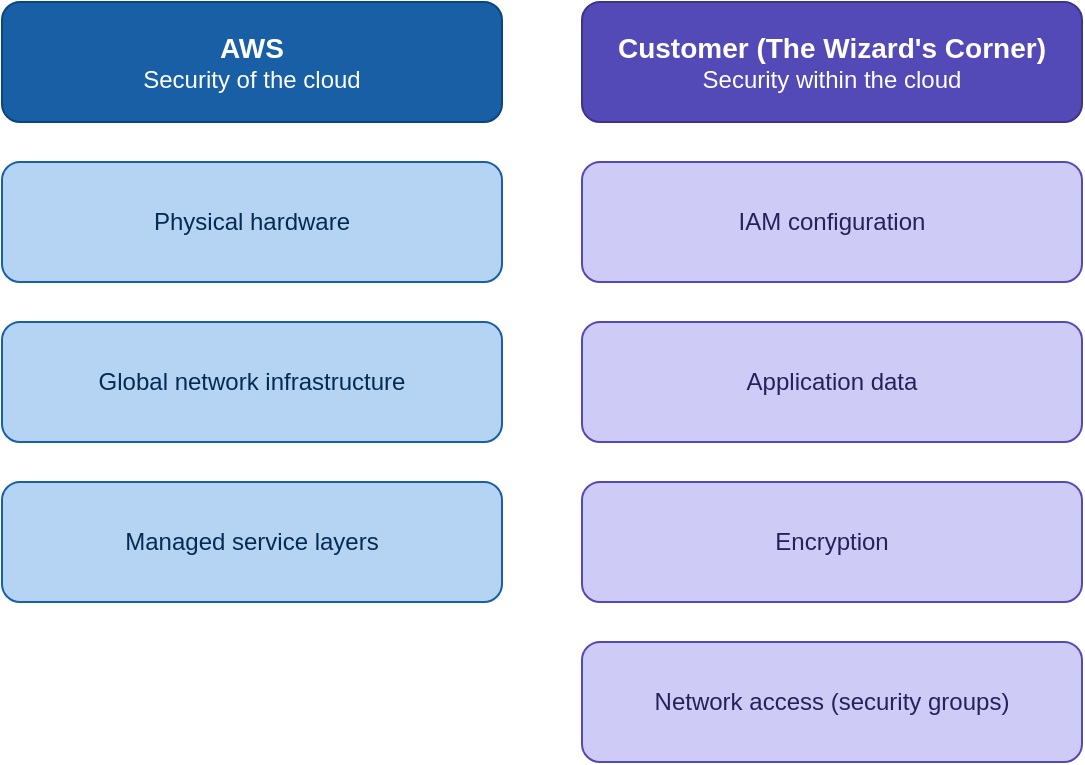
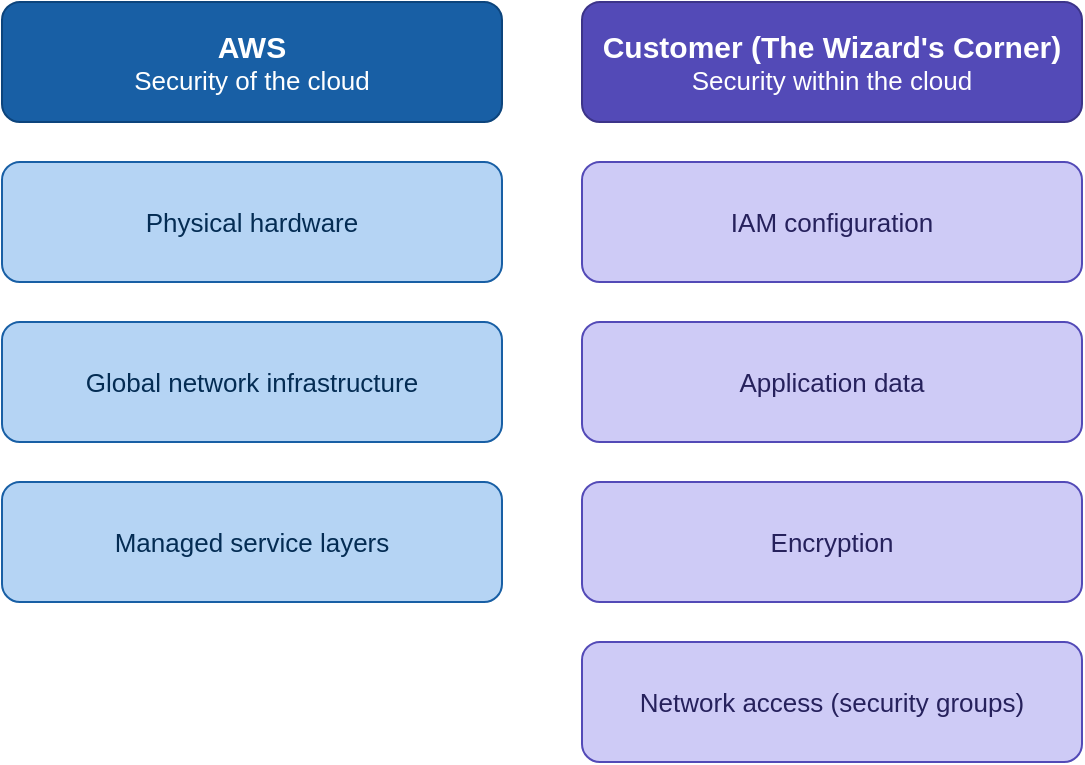
<mxfile host="app.diagrams.net">
  <diagram name="Page-1" id="aWAIPDW9-l7cAztTikrX">
    <mxGraphModel dx="1174" dy="635" grid="1" gridSize="10" guides="1" tooltips="1" connect="1" arrows="1" fold="1" page="1" pageScale="1" pageWidth="850" pageHeight="1100" math="0" shadow="0">
      <root>
        <mxCell id="0" />
        <mxCell id="1" parent="0" />
-         <mxCell id="unACmiRd4EjRlyT-_z9m-1" parent="1" style="rounded=1;whiteSpace=wrap;html=1;fillColor=#185FA5;strokeColor=#0C447C;fontColor=#FFFFFF;" value="&lt;div&gt;&lt;b&gt;&lt;font style=&quot;font-size: 14px;&quot;&gt;AWS&lt;/font&gt;&lt;/b&gt;&lt;/div&gt;&lt;div&gt;Security of the cloud&lt;/div&gt;" vertex="1">
+         <mxCell id="unACmiRd4EjRlyT-_z9m-1" parent="1" style="rounded=1;whiteSpace=wrap;html=1;fillColor=#185FA5;strokeColor=#0C447C;fontColor=#FFFFFF;" value="&lt;div&gt;&lt;font style=&quot;font-size: 15px;&quot;&gt;&lt;b&gt;&lt;font&gt;AWS&lt;/font&gt;&lt;/b&gt;&lt;/font&gt;&lt;/div&gt;&lt;div&gt;&lt;font style=&quot;font-size: 13px;&quot;&gt;Security of the cloud&lt;/font&gt;&lt;/div&gt;" vertex="1">
          <mxGeometry height="60" width="250" x="150" y="300" as="geometry" />
        </mxCell>
-         <mxCell id="unACmiRd4EjRlyT-_z9m-2" parent="1" style="rounded=1;whiteSpace=wrap;html=1;fillColor=#B5D4F4;strokeColor=#185FA5;fontColor=#042C53;" value="Physical hardware" vertex="1">
+         <mxCell id="unACmiRd4EjRlyT-_z9m-2" parent="1" style="rounded=1;whiteSpace=wrap;html=1;fillColor=#B5D4F4;strokeColor=#185FA5;fontColor=#042C53;fontSize=13;" value="Physical hardware" vertex="1">
          <mxGeometry height="60" width="250" x="150" y="380" as="geometry" />
        </mxCell>
-         <mxCell id="unACmiRd4EjRlyT-_z9m-3" parent="1" style="rounded=1;whiteSpace=wrap;html=1;fillColor=#B5D4F4;strokeColor=#185FA5;fontColor=#042C53;" value="Global network infrastructure" vertex="1">
+         <mxCell id="unACmiRd4EjRlyT-_z9m-3" parent="1" style="rounded=1;whiteSpace=wrap;html=1;fillColor=#B5D4F4;strokeColor=#185FA5;fontColor=#042C53;fontSize=13;" value="Global network infrastructure" vertex="1">
          <mxGeometry height="60" width="250" x="150" y="460" as="geometry" />
        </mxCell>
-         <mxCell id="unACmiRd4EjRlyT-_z9m-4" parent="1" style="rounded=1;whiteSpace=wrap;html=1;fillColor=#CECBF6;strokeColor=#534AB7;fontColor=#26215C;" value="IAM configuration" vertex="1">
+         <mxCell id="unACmiRd4EjRlyT-_z9m-4" parent="1" style="rounded=1;whiteSpace=wrap;html=1;fillColor=#CECBF6;strokeColor=#534AB7;fontColor=#26215C;fontSize=13;" value="IAM configuration" vertex="1">
          <mxGeometry height="60" width="250" x="440" y="380" as="geometry" />
        </mxCell>
-         <mxCell id="unACmiRd4EjRlyT-_z9m-5" parent="1" style="rounded=1;whiteSpace=wrap;html=1;fillColor=#534AB7;strokeColor=#3C3489;fontColor=#FFFFFF;" value="&lt;div&gt;&lt;font style=&quot;font-size: 14px;&quot;&gt;&lt;b&gt;Customer (The Wizard&#39;s Corner)&lt;/b&gt;&lt;/font&gt;&lt;/div&gt;&lt;div&gt;Security within the cloud&lt;/div&gt;" vertex="1">
+         <mxCell id="unACmiRd4EjRlyT-_z9m-5" parent="1" style="rounded=1;whiteSpace=wrap;html=1;fillColor=#534AB7;strokeColor=#3C3489;fontColor=#FFFFFF;" value="&lt;div&gt;&lt;font style=&quot;font-size: 15px;&quot;&gt;&lt;b&gt;Customer (The Wizard&#39;s Corner)&lt;/b&gt;&lt;/font&gt;&lt;/div&gt;&lt;div&gt;&lt;font style=&quot;font-size: 13px;&quot;&gt;Security within the cloud&lt;/font&gt;&lt;/div&gt;" vertex="1">
          <mxGeometry height="60" width="250" x="440" y="300" as="geometry" />
        </mxCell>
-         <mxCell id="unACmiRd4EjRlyT-_z9m-6" parent="1" style="rounded=1;whiteSpace=wrap;html=1;fillColor=#CECBF6;strokeColor=#534AB7;fontColor=#26215C;" value="Application data" vertex="1">
+         <mxCell id="unACmiRd4EjRlyT-_z9m-6" parent="1" style="rounded=1;whiteSpace=wrap;html=1;fillColor=#CECBF6;strokeColor=#534AB7;fontColor=#26215C;fontSize=13;" value="Application data" vertex="1">
          <mxGeometry height="60" width="250" x="440" y="460" as="geometry" />
        </mxCell>
-         <mxCell id="unACmiRd4EjRlyT-_z9m-7" parent="1" style="rounded=1;whiteSpace=wrap;html=1;fillColor=#CECBF6;strokeColor=#534AB7;fontColor=#26215C;" value="Encryption" vertex="1">
+         <mxCell id="unACmiRd4EjRlyT-_z9m-7" parent="1" style="rounded=1;whiteSpace=wrap;html=1;fillColor=#CECBF6;strokeColor=#534AB7;fontColor=#26215C;fontSize=13;" value="Encryption" vertex="1">
          <mxGeometry height="60" width="250" x="440" y="540" as="geometry" />
        </mxCell>
-         <mxCell id="unACmiRd4EjRlyT-_z9m-8" parent="1" style="rounded=1;whiteSpace=wrap;html=1;fillColor=#B5D4F4;strokeColor=#185FA5;fontColor=#042C53;" value="Managed service layers" vertex="1">
+         <mxCell id="unACmiRd4EjRlyT-_z9m-8" parent="1" style="rounded=1;whiteSpace=wrap;html=1;fillColor=#B5D4F4;strokeColor=#185FA5;fontColor=#042C53;fontSize=13;" value="Managed service layers" vertex="1">
          <mxGeometry height="60" width="250" x="150" y="540" as="geometry" />
        </mxCell>
-         <mxCell id="unACmiRd4EjRlyT-_z9m-9" parent="1" style="rounded=1;whiteSpace=wrap;html=1;fillColor=#CECBF6;strokeColor=#534AB7;fontColor=#26215C;" value="Network access (security groups)" vertex="1">
+         <mxCell id="unACmiRd4EjRlyT-_z9m-9" parent="1" style="rounded=1;whiteSpace=wrap;html=1;fillColor=#CECBF6;strokeColor=#534AB7;fontColor=#26215C;fontSize=13;" value="Network access (security groups)" vertex="1">
          <mxGeometry height="60" width="250" x="440" y="620" as="geometry" />
        </mxCell>
      </root>
    </mxGraphModel>
  </diagram>
</mxfile>
